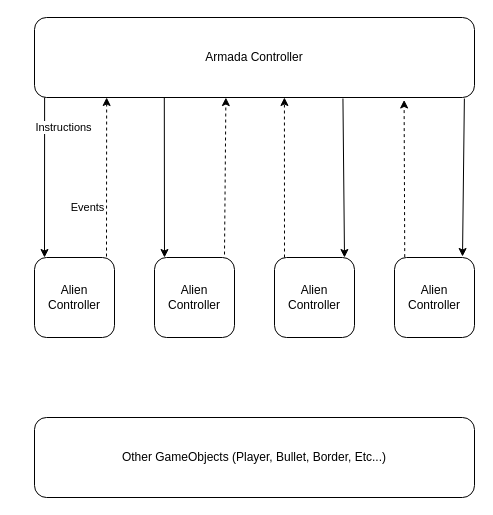
The draw.io diagram Untitled Diagram.drawio in paulbrodsky/space-invaders, before the edit. Source tidied: cells renumbered, new cells numbered last; positions are measured from the earlier drawing's top-left corner, leaving out a move shared by most shapes. Both pictures are drawn from the tidied source at 100%, with x=0, y=0 at pixel (34, 17).
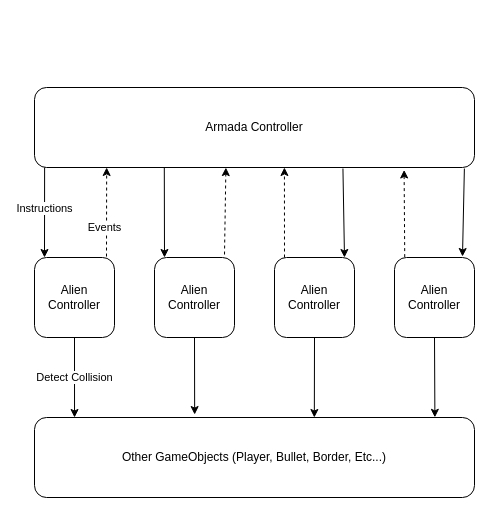
The same page after the edit.

The change refers to these unchanged cells:
```xml
<mxCell id="3" value="Alien Controller" style="rounded=1;whiteSpace=wrap;html=1;" parent="1" vertex="1">
  <mxGeometry y="240" width="80" height="80" as="geometry" />
</mxCell>
<mxCell id="4" value="Alien Controller" style="rounded=1;whiteSpace=wrap;html=1;" parent="1" vertex="1">
  <mxGeometry x="120" y="240" width="80" height="80" as="geometry" />
</mxCell>
<mxCell id="5" value="Alien Controller" style="rounded=1;whiteSpace=wrap;html=1;" parent="1" vertex="1">
  <mxGeometry x="240" y="240" width="80" height="80" as="geometry" />
</mxCell>
<mxCell id="7" style="endArrow=classic;html=1;entryX=0.125;entryY=0;entryDx=0;entryDy=0;exitX=0.023;exitY=1;exitDx=0;exitDy=0;exitPerimeter=0;entryPerimeter=0;" parent="1" edge="1" source="2" target="3">
  <mxGeometry relative="1" as="geometry" />
</mxCell>
<mxCell id="11" style="endArrow=classic;html=1;dashed=1;exitX=0.9;exitY=-0.012;exitDx=0;exitDy=0;exitPerimeter=0;entryX=0.164;entryY=1;entryDx=0;entryDy=0;entryPerimeter=0;" parent="1" edge="1" source="3" target="2">
  <mxGeometry relative="1" as="geometry" />
</mxCell>
<mxCell id="17" value="Other GameObjects (Player, Bullet, Border, Etc...)" style="rounded=1;whiteSpace=wrap;html=1;" parent="1" vertex="1">
  <mxGeometry y="400" width="440" height="80" as="geometry" />
</mxCell>
```

Diff of the diagram source:
```diff
@@
     <mxCell id="2" value="Armada Controller" style="rounded=1;whiteSpace=wrap;html=1;" parent="1" vertex="1">
-      <mxGeometry width="440" height="80" as="geometry" />
+      <mxGeometry y="70" width="440" height="80" as="geometry" />
     </mxCell>
@@
     <mxCell id="8" value="Instructions" style="edgeLabel;html=1;align=center;verticalAlign=middle;" parent="7" vertex="1">
       <mxGeometry relative="1" as="geometry">
-        <mxPoint x="18.2" y="-50.3" as="offset" />
+        <mxPoint x="-0.1" y="-4.7" as="offset" />
       </mxGeometry>
     </mxCell>
@@
     <mxCell id="12" value="Events" style="edgeLabel;html=1;align=center;verticalAlign=middle;" parent="11" vertex="1">
       <mxGeometry relative="1" as="geometry">
-        <mxPoint x="-20" y="30" as="offset" />
+        <mxPoint x="-2.1" y="15.6" as="offset" />
       </mxGeometry>
     </mxCell>
@@
+    <mxCell id="18" value="Detect Collision" style="endArrow=classic;html=1;exitX=0.5;exitY=1;exitDx=0;exitDy=0;entryX=0.091;entryY=0;entryDx=0;entryDy=0;entryPerimeter=0;" parent="1" edge="1" source="3" target="17">
+      <mxGeometry relative="1" as="geometry" />
+    </mxCell>
+    <mxCell id="19" style="endArrow=classic;html=1;exitX=0.5;exitY=1;exitDx=0;exitDy=0;entryX=0.364;entryY=-0.037;entryDx=0;entryDy=0;entryPerimeter=0;" parent="1" edge="1" source="4" target="17">
+      <mxGeometry relative="1" as="geometry" />
+    </mxCell>
+    <mxCell id="20" style="endArrow=classic;html=1;exitX=0.5;exitY=1;exitDx=0;exitDy=0;entryX=0.636;entryY=0;entryDx=0;entryDy=0;entryPerimeter=0;" parent="1" edge="1" source="5" target="17">
+      <mxGeometry relative="1" as="geometry" />
+    </mxCell>
+    <mxCell id="21" style="endArrow=classic;html=1;entryX=0.91;entryY=-0.002;entryDx=0;entryDy=0;entryPerimeter=0;" parent="1" edge="1" target="17">
+      <mxGeometry relative="1" as="geometry">
+        <mxPoint x="400" y="320" as="sourcePoint" />
+      </mxGeometry>
+    </mxCell>
```
